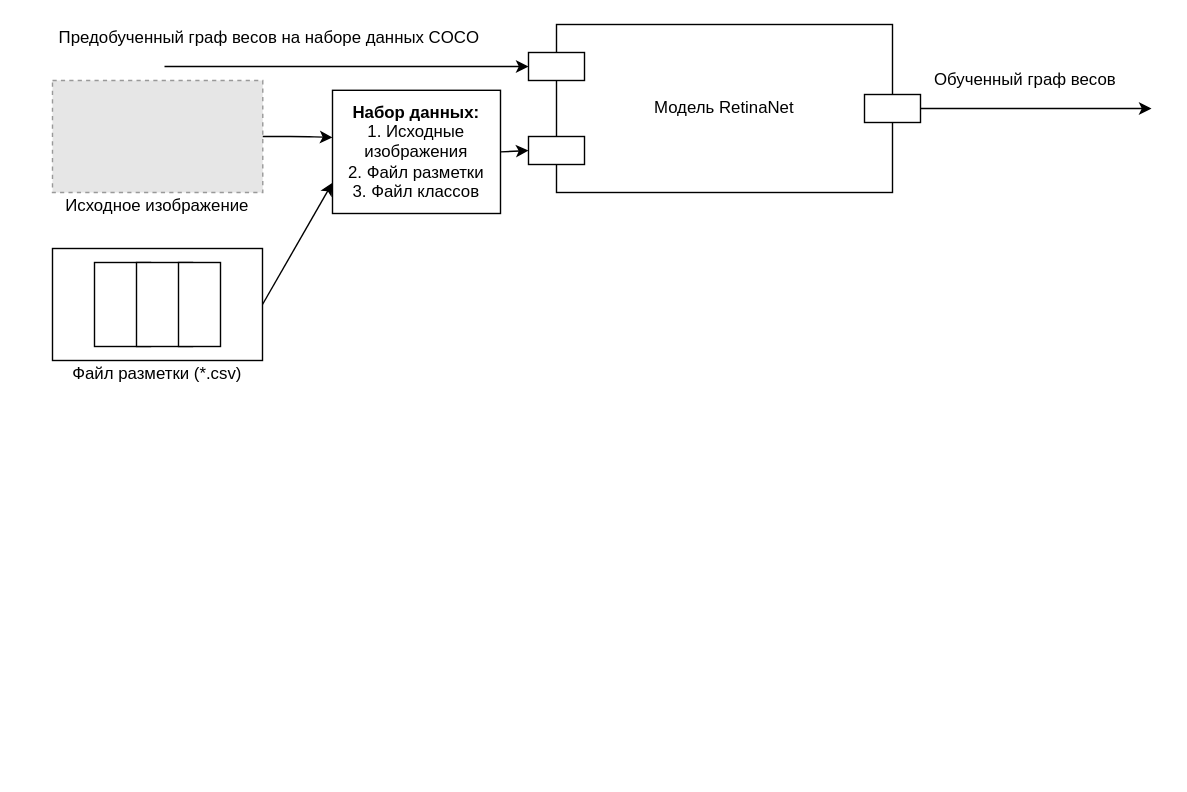
The draw.io diagram Flowcharts/Skhema_obuchenia.drawio in KanVull/Recognistion, before the edit. Source tidied: cells renumbered, new cells numbered last; positions are measured from the earlier drawing's top-left corner, leaving out a move shared by most shapes. Both pictures are drawn from the tidied source at 140%, with x=0, y=0 at pixel (24, 24). Pictures stored in the file or linked from it are replaced by grey dashed boxes.
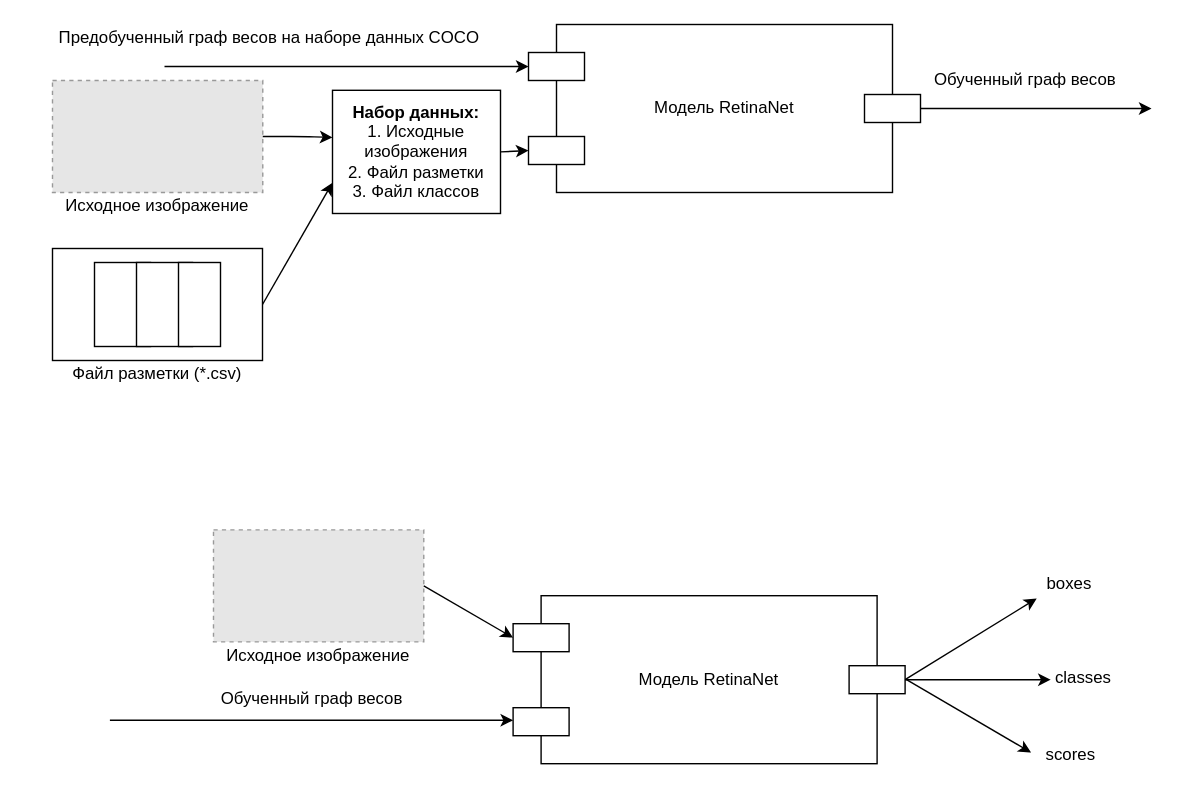
Above is the later version.

Change to the diagram source:
```diff
@@
+    <mxCell id="21" value="Модель RetinaNet" style="rounded=0;whiteSpace=wrap;html=1;" parent="1" vertex="1">
+      <mxGeometry x="369" y="408" width="240" height="120" as="geometry" />
+    </mxCell>
+    <mxCell id="22" style="rounded=0;whiteSpace=wrap;html=1;" parent="1" vertex="1">
+      <mxGeometry x="349" y="428" width="40" height="20" as="geometry" />
+    </mxCell>
+    <mxCell id="23" style="rounded=0;whiteSpace=wrap;html=1;" parent="1" vertex="1">
+      <mxGeometry x="349" y="488" width="40" height="20" as="geometry" />
+    </mxCell>
+    <mxCell id="24" style="fillColor=#E6E6E6;strokeColor=#999999;dashed=1;verticalLabelPosition=bottom;labelBackgroundColor=#ffffff;verticalAlign=top;" parent="1" vertex="1">
+      <mxGeometry x="135" y="361" width="150.2" height="80" as="geometry" />
+    </mxCell>
+    <mxCell id="25" value="Исходное изображение" style="text;html=1;strokeColor=none;fillColor=none;align=center;verticalAlign=middle;whiteSpace=wrap;rounded=0;" parent="1" vertex="1">
+      <mxGeometry x="135.2" y="441" width="150" height="20" as="geometry" />
+    </mxCell>
+    <mxCell id="26" style="rounded=0;whiteSpace=wrap;html=1;" parent="1" vertex="1">
+      <mxGeometry x="589" y="458" width="40" height="20" as="geometry" />
+    </mxCell>
+    <mxCell id="27" style="endArrow=classic;html=1;entryX=0;entryY=0.45;entryDx=0;entryDy=0;entryPerimeter=0;" parent="1" edge="1" target="23">
+      <mxGeometry relative="1" as="geometry">
+        <mxPoint x="61" y="497" as="sourcePoint" />
+      </mxGeometry>
+    </mxCell>
+    <mxCell id="28" value="Обученный граф весов" style="text;html=1;align=center;verticalAlign=middle;strokeColor=none;" parent="1" vertex="1">
+      <mxGeometry x="135" y="473" width="140" height="18" as="geometry" />
+    </mxCell>
+    <mxCell id="29" style="endArrow=classic;html=1;exitX=1;exitY=0.5;exitDx=0;exitDy=0;entryX=0;entryY=0.5;entryDx=0;entryDy=0;" parent="1" edge="1" source="24" target="22">
+      <mxGeometry relative="1" as="geometry" />
+    </mxCell>
+    <mxCell id="30" style="endArrow=classic;html=1;exitX=1;exitY=0.5;exitDx=0;exitDy=0;" parent="1" edge="1" source="26">
+      <mxGeometry relative="1" as="geometry">
+        <mxPoint x="733" y="468" as="targetPoint" />
+      </mxGeometry>
+    </mxCell>
+    <mxCell id="31" style="endArrow=classic;html=1;" parent="1" edge="1">
+      <mxGeometry relative="1" as="geometry">
+        <mxPoint x="630" y="468" as="sourcePoint" />
+        <mxPoint x="719" y="520" as="targetPoint" />
+      </mxGeometry>
+    </mxCell>
+    <mxCell id="32" style="endArrow=classic;html=1;exitX=1;exitY=0.5;exitDx=0;exitDy=0;" parent="1" edge="1" source="26">
+      <mxGeometry relative="1" as="geometry">
+        <mxPoint x="723" y="410" as="targetPoint" />
+      </mxGeometry>
+    </mxCell>
+    <mxCell id="33" value="boxes" style="text;html=1;align=center;verticalAlign=middle;strokeColor=none;" parent="1" vertex="1">
+      <mxGeometry x="725" y="391" width="42" height="18" as="geometry" />
+    </mxCell>
+    <mxCell id="34" value="scores" style="text;html=1;align=center;verticalAlign=middle;strokeColor=none;" parent="1" vertex="1">
+      <mxGeometry x="724" y="513" width="45" height="18" as="geometry" />
+    </mxCell>
+    <mxCell id="35" value="classes" style="text;html=1;align=center;verticalAlign=middle;strokeColor=none;" parent="1" vertex="1">
+      <mxGeometry x="731" y="458" width="50" height="18" as="geometry" />
+    </mxCell>
```
